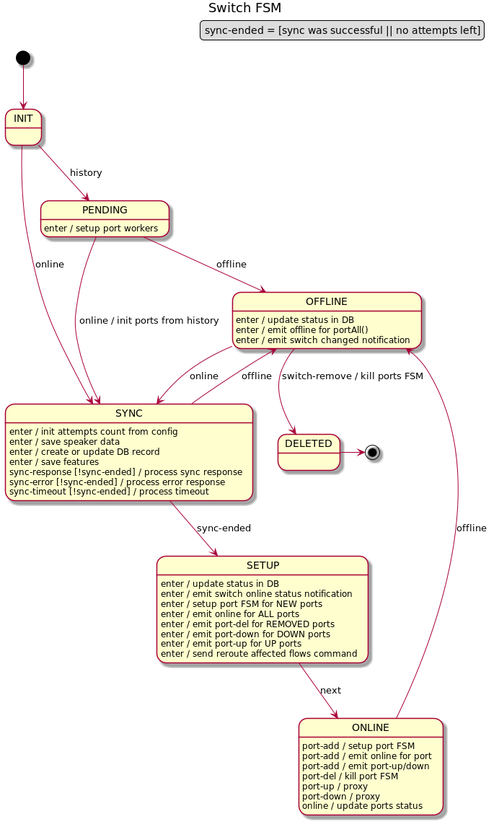
Before: docs/design/network-discovery/switch-FSM.png, a diagram exported from PlantUML (telstra/open-kilda).
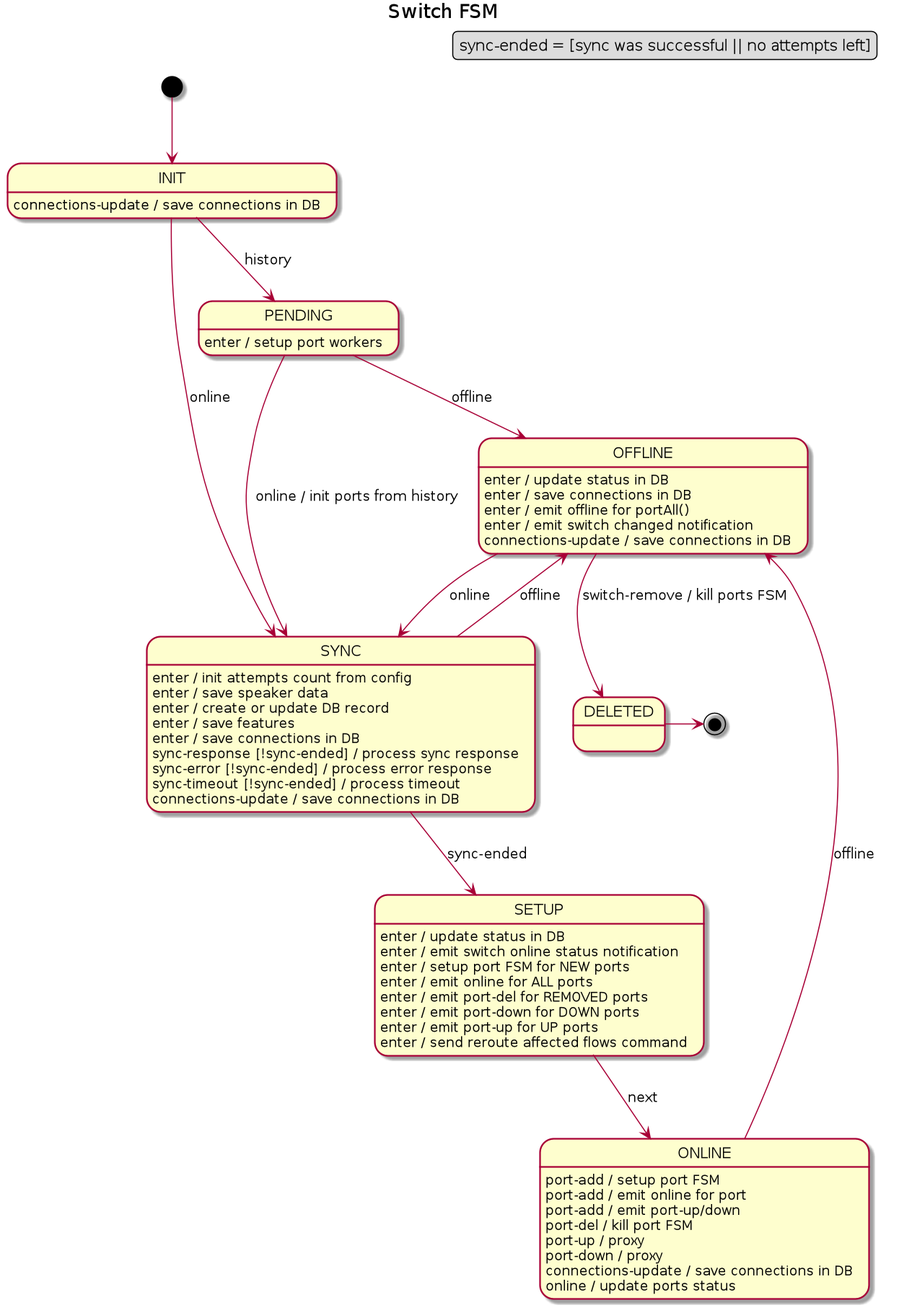
After the change.

What changed in the source:
```diff
@@ -9,6 +9,7 @@
 
 INIT --> SYNC : online
 INIT --> PENDING : history
+INIT : connections-update / save connections in DB
 
 PENDING : enter / setup port workers
 PENDING --> SYNC : online / init ports from history
@@ -18,9 +19,11 @@
 SYNC : enter / save speaker data
 SYNC : enter / create or update DB record
 SYNC : enter / save features
+SYNC : enter / save connections in DB
 SYNC : sync-response [!sync-ended] / process sync response
 SYNC : sync-error [!sync-ended] / process error response
 SYNC : sync-timeout [!sync-ended] / process timeout
+SYNC : connections-update / save connections in DB
 SYNC --> SETUP : sync-ended
 SYNC --> OFFLINE : offline
 
@@ -40,12 +43,15 @@
 ONLINE : port-del / kill port FSM
 ONLINE : port-up / proxy
 ONLINE : port-down / proxy
+ONLINE : connections-update / save connections in DB
 ONLINE : online / update ports status
 ONLINE --> OFFLINE : offline
 
 OFFLINE : enter / update status in DB
+OFFLINE : enter / save connections in DB
 OFFLINE : enter / emit offline for portAll()
 OFFLINE : enter / emit switch changed notification
+OFFLINE : connections-update / save connections in DB
 OFFLINE --> SYNC : online
 OFFLINE --> DELETED: switch-remove / kill ports FSM
 DELETED -> [*]
```
